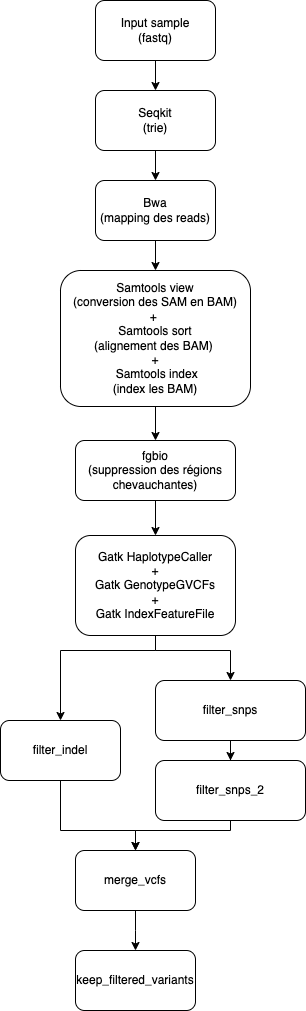
This is img/worflow.png from Plogeur/Workflow, a draw.io export, as it was before one commit. Source tidied: cells renumbered, new cells last; positions are measured from the earlier drawing's top-left corner, leaving out a move shared by most shapes.
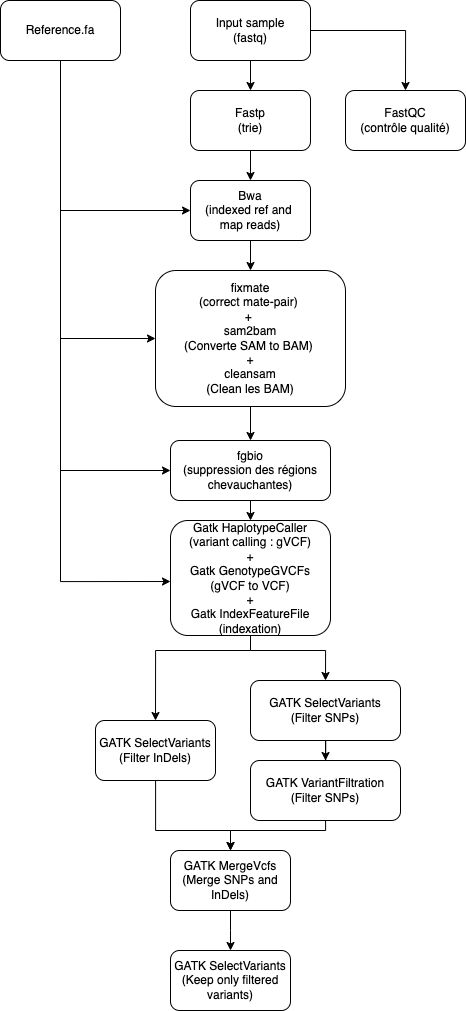
After the commit.

Change to the diagram source:
```diff
@@ -2,96 +2,138 @@
   <root>
     <mxCell id="0" />
     <mxCell id="1" parent="0" />
-    <mxCell id="2" style="edgeStyle=orthogonalEdgeStyle;rounded=0;jettySize=auto;html=1;entryX=0.5;entryY=0;entryDx=0;entryDy=0;" parent="1" edge="1" source="3" target="5">
+    <mxCell id="2" style="edgeStyle=orthogonalEdgeStyle;rounded=0;jettySize=auto;html=1;entryX=0.5;entryY=0;entryDx=0;entryDy=0;" parent="1" edge="1" source="4" target="6">
       <mxGeometry relative="1" as="geometry" />
     </mxCell>
-    <mxCell id="3" value="Input sample&lt;div&gt;(fastq)&lt;/div&gt;" style="rounded=1;whiteSpace=wrap;html=1;" parent="1" vertex="1">
-      <mxGeometry x="95" width="120" height="60" as="geometry" />
+    <mxCell id="3" style="edgeStyle=orthogonalEdgeStyle;rounded=0;jettySize=auto;html=1;entryX=0.5;entryY=0;entryDx=0;entryDy=0;" parent="1" edge="1" source="4" target="25">
+      <mxGeometry relative="1" as="geometry" />
     </mxCell>
-    <mxCell id="4" style="edgeStyle=orthogonalEdgeStyle;rounded=0;jettySize=auto;html=1;entryX=0.5;entryY=0;entryDx=0;entryDy=0;" parent="1" edge="1" source="5" target="7">
-      <mxGeometry relative="1" as="geometry" />
+    <mxCell id="4" value="Input sample&lt;div&gt;(fastq)&lt;/div&gt;" style="rounded=1;whiteSpace=wrap;html=1;" parent="1" vertex="1">
+      <mxGeometry x="95" width="120" height="60" as="geometry" />
     </mxCell>
-    <mxCell id="5" value="Seqkit&lt;div&gt;(trie)&lt;/div&gt;" style="rounded=1;whiteSpace=wrap;html=1;" parent="1" vertex="1">
-      <mxGeometry x="95" y="90" width="120" height="60" as="geometry" />
+    <mxCell id="5" style="edgeStyle=orthogonalEdgeStyle;rounded=0;jettySize=auto;html=1;entryX=0.5;entryY=0;entryDx=0;entryDy=0;" parent="1" edge="1" source="6" target="8">
+      <mxGeometry relative="1" as="geometry" />
     </mxCell>
-    <mxCell id="6" style="edgeStyle=orthogonalEdgeStyle;rounded=0;jettySize=auto;html=1;entryX=0.5;entryY=0;entryDx=0;entryDy=0;" parent="1" edge="1" source="7" target="9">
-      <mxGeometry relative="1" as="geometry" />
+    <mxCell id="6" value="Fastp&lt;div&gt;(trie)&lt;/div&gt;" style="rounded=1;whiteSpace=wrap;html=1;" parent="1" vertex="1">
+      <mxGeometry x="95" y="90" width="120" height="60" as="geometry" />
     </mxCell>
-    <mxCell id="7" value="Bwa&lt;div&gt;(mapping des reads)&lt;/div&gt;" style="rounded=1;whiteSpace=wrap;html=1;" parent="1" vertex="1">
-      <mxGeometry x="95" y="180" width="120" height="60" as="geometry" />
+    <mxCell id="7" style="edgeStyle=orthogonalEdgeStyle;rounded=0;jettySize=auto;html=1;entryX=0.5;entryY=0;entryDx=0;entryDy=0;" parent="1" edge="1" source="8" target="10">
+      <mxGeometry relative="1" as="geometry" />
     </mxCell>
-    <mxCell id="8" style="edgeStyle=orthogonalEdgeStyle;rounded=0;jettySize=auto;html=1;entryX=0.5;entryY=0;entryDx=0;entryDy=0;" parent="1" edge="1" source="9" target="11">
-      <mxGeometry relative="1" as="geometry" />
+    <mxCell id="8" value="Bwa&lt;div&gt;(indexed ref and&amp;nbsp;&lt;/div&gt;&lt;div&gt;map reads)&lt;/div&gt;" style="rounded=1;whiteSpace=wrap;html=1;" parent="1" vertex="1">
+      <mxGeometry x="95" y="180" width="120" height="60" as="geometry" />
     </mxCell>
-    <mxCell id="9" value="Samtools view&lt;div&gt;(conversion des SAM en BAM)&lt;/div&gt;&lt;div&gt;+&amp;nbsp;&lt;/div&gt;&lt;div&gt;&lt;span style=&quot;background-color: initial;&quot;&gt;Samtools sort&lt;/span&gt;&lt;/div&gt;&lt;div&gt;(alignement des BAM)&amp;nbsp;&lt;/div&gt;&lt;div&gt;+&lt;/div&gt;&lt;div&gt;&amp;nbsp;&lt;span style=&quot;background-color: initial;&quot;&gt;Samtools index&lt;/span&gt;&lt;/div&gt;&lt;div&gt;(index les BAM)&lt;/div&gt;" style="rounded=1;whiteSpace=wrap;html=1;" parent="1" vertex="1">
-      <mxGeometry x="60" y="270" width="190" height="136" as="geometry" />
+    <mxCell id="9" style="edgeStyle=orthogonalEdgeStyle;rounded=0;jettySize=auto;html=1;entryX=0.5;entryY=0;entryDx=0;entryDy=0;" parent="1" edge="1" source="10" target="12">
+      <mxGeometry relative="1" as="geometry" />
     </mxCell>
-    <mxCell id="10" style="edgeStyle=orthogonalEdgeStyle;rounded=0;jettySize=auto;html=1;exitX=0.5;exitY=1;exitDx=0;exitDy=0;entryX=0.5;entryY=0;entryDx=0;entryDy=0;" parent="1" edge="1" source="11" target="12">
-      <mxGeometry relative="1" as="geometry" />
+    <mxCell id="10" value="&lt;div&gt;fixmate&lt;/div&gt;&lt;div&gt;&lt;span style=&quot;background-color: initial;&quot;&gt;(correct mate-pair)&amp;nbsp;&lt;/span&gt;&lt;/div&gt;&lt;div&gt;&lt;span style=&quot;background-color: initial;&quot;&gt;+&amp;nbsp;&lt;/span&gt;&lt;br&gt;&lt;/div&gt;&lt;div&gt;&lt;span style=&quot;background-color: initial;&quot;&gt;sam2bam&lt;/span&gt;&lt;/div&gt;&lt;div&gt;&lt;span style=&quot;background-color: initial;&quot;&gt;(Converte SAM to BAM)&amp;nbsp;&lt;/span&gt;&lt;br&gt;&lt;/div&gt;&lt;div&gt;+&lt;/div&gt;&lt;div&gt;&lt;span style=&quot;background-color: initial;&quot;&gt;cleansam&lt;/span&gt;&lt;/div&gt;&lt;div&gt;&lt;span style=&quot;background-color: initial;&quot;&gt;(Clean les BAM)&lt;/span&gt;&lt;br&gt;&lt;/div&gt;" style="rounded=1;whiteSpace=wrap;html=1;" parent="1" vertex="1">
+      <mxGeometry x="60" y="270" width="190" height="136" as="geometry" />
     </mxCell>
-    <mxCell id="11" value="fgbio&lt;div&gt;(suppression des régions chevauchantes)&lt;/div&gt;" style="rounded=1;whiteSpace=wrap;html=1;" parent="1" vertex="1">
-      <mxGeometry x="75" y="440" width="160" height="60" as="geometry" />
+    <mxCell id="11" style="edgeStyle=orthogonalEdgeStyle;rounded=0;jettySize=auto;html=1;exitX=0.5;exitY=1;exitDx=0;exitDy=0;entryX=0.5;entryY=0;entryDx=0;entryDy=0;" parent="1" edge="1" source="12" target="13">
+      <mxGeometry relative="1" as="geometry" />
     </mxCell>
-    <mxCell id="12" value="Gatk&amp;nbsp;HaplotypeCaller&lt;div&gt;+&lt;/div&gt;&lt;div&gt;Gatk&amp;nbsp;GenotypeGVCFs&lt;br&gt;&lt;/div&gt;&lt;div&gt;+&lt;/div&gt;&lt;div&gt;&lt;div&gt;Gatk IndexFeatureFile&lt;/div&gt;&lt;/div&gt;" style="rounded=1;whiteSpace=wrap;html=1;" parent="1" vertex="1">
-      <mxGeometry x="75" y="535" width="160" height="100" as="geometry" />
+    <mxCell id="12" value="fgbio&lt;div&gt;(suppression des régions chevauchantes)&lt;/div&gt;" style="rounded=1;whiteSpace=wrap;html=1;" parent="1" vertex="1">
+      <mxGeometry x="75" y="440" width="160" height="60" as="geometry" />
     </mxCell>
-    <mxCell id="13" style="edgeStyle=orthogonalEdgeStyle;rounded=0;jettySize=auto;html=1;entryX=0.5;entryY=0;entryDx=0;entryDy=0;exitX=0.5;exitY=1;exitDx=0;exitDy=0;" parent="1" edge="1" source="12" target="16">
-      <mxGeometry relative="1" as="geometry">
-        <Array as="points">
-          <mxPoint x="155" y="650" />
-          <mxPoint x="230" y="650" />
-        </Array>
-      </mxGeometry>
+    <mxCell id="13" value="Gatk&amp;nbsp;HaplotypeCaller&lt;div&gt;(variant calling : gVCF)&lt;/div&gt;&lt;div&gt;+&lt;br&gt;&lt;div&gt;Gatk&amp;nbsp;GenotypeGVCFs&lt;br&gt;&lt;/div&gt;&lt;div&gt;(g&lt;span style=&quot;background-color: initial;&quot;&gt;VCF to VCF)&lt;/span&gt;&lt;/div&gt;&lt;div&gt;+&lt;/div&gt;&lt;div&gt;&lt;div&gt;Gatk IndexFeatureFile&lt;/div&gt;&lt;/div&gt;&lt;/div&gt;&lt;div&gt;(indexation)&lt;/div&gt;" style="rounded=1;whiteSpace=wrap;html=1;" parent="1" vertex="1">
+      <mxGeometry x="75" y="520" width="160" height="115" as="geometry" />
     </mxCell>
-    <mxCell id="14" style="edgeStyle=orthogonalEdgeStyle;rounded=0;jettySize=auto;html=1;entryX=0.5;entryY=0;entryDx=0;entryDy=0;" parent="1" edge="1" source="16" target="19">
-      <mxGeometry relative="1" as="geometry" />
+    <mxCell id="14" style="edgeStyle=orthogonalEdgeStyle;rounded=0;jettySize=auto;html=1;entryX=0.5;entryY=0;entryDx=0;entryDy=0;exitX=0.5;exitY=1;exitDx=0;exitDy=0;" parent="1" edge="1" source="13" target="17">
+      <mxGeometry relative="1" as="geometry">
+        <Array as="points">
+          <mxPoint x="155" y="650" />
+          <mxPoint x="230" y="650" />
+        </Array>
+      </mxGeometry>
     </mxCell>
-    <mxCell id="15" style="edgeStyle=orthogonalEdgeStyle;rounded=0;jettySize=auto;html=1;entryX=0.5;entryY=0;entryDx=0;entryDy=0;exitX=0.5;exitY=1;exitDx=0;exitDy=0;" parent="1" edge="1" source="12" target="23">
-      <mxGeometry relative="1" as="geometry">
-        <Array as="points">
-          <mxPoint x="155" y="650" />
-          <mxPoint x="60" y="650" />
-        </Array>
-      </mxGeometry>
+    <mxCell id="15" style="edgeStyle=orthogonalEdgeStyle;rounded=0;jettySize=auto;html=1;entryX=0.5;entryY=0;entryDx=0;entryDy=0;" parent="1" edge="1" source="17" target="20">
+      <mxGeometry relative="1" as="geometry" />
     </mxCell>
-    <mxCell id="16" value="filter_snps" style="rounded=1;whiteSpace=wrap;html=1;" parent="1" vertex="1">
-      <mxGeometry x="155" y="680" width="150" height="60" as="geometry" />
+    <mxCell id="16" style="edgeStyle=orthogonalEdgeStyle;rounded=0;jettySize=auto;html=1;entryX=0.5;entryY=0;entryDx=0;entryDy=0;exitX=0.5;exitY=1;exitDx=0;exitDy=0;" parent="1" edge="1" source="13" target="24">
+      <mxGeometry relative="1" as="geometry">
+        <Array as="points">
+          <mxPoint x="155" y="650" />
+          <mxPoint x="60" y="650" />
+        </Array>
+      </mxGeometry>
     </mxCell>
-    <mxCell id="17" value="merge_vcfs" style="rounded=1;whiteSpace=wrap;html=1;" parent="1" vertex="1">
-      <mxGeometry x="75" y="850" width="120" height="60" as="geometry" />
+    <mxCell id="17" value="&lt;div&gt;GATK SelectVariants&lt;/div&gt;&lt;div&gt;(Filter SNPs)&lt;/div&gt;" style="rounded=1;whiteSpace=wrap;html=1;" parent="1" vertex="1">
+      <mxGeometry x="155" y="680" width="150" height="60" as="geometry" />
     </mxCell>
-    <mxCell id="18" style="edgeStyle=orthogonalEdgeStyle;rounded=0;jettySize=auto;html=1;entryX=0.5;entryY=0;entryDx=0;entryDy=0;" parent="1" edge="1" source="19" target="17">
-      <mxGeometry relative="1" as="geometry">
-        <Array as="points">
-          <mxPoint x="230" y="830" />
-          <mxPoint x="135" y="830" />
-        </Array>
-      </mxGeometry>
+    <mxCell id="18" value="GATK MergeVcfs&lt;div&gt;(Merge SNPs and InDels)&lt;/div&gt;" style="rounded=1;whiteSpace=wrap;html=1;" parent="1" vertex="1">
+      <mxGeometry x="75" y="850" width="120" height="60" as="geometry" />
     </mxCell>
-    <mxCell id="19" value="filter_snps_2" style="rounded=1;whiteSpace=wrap;html=1;" parent="1" vertex="1">
-      <mxGeometry x="155" y="760" width="150" height="60" as="geometry" />
+    <mxCell id="19" style="edgeStyle=orthogonalEdgeStyle;rounded=0;jettySize=auto;html=1;entryX=0.5;entryY=0;entryDx=0;entryDy=0;" parent="1" edge="1" source="20" target="18">
+      <mxGeometry relative="1" as="geometry">
+        <Array as="points">
+          <mxPoint x="230" y="830" />
+          <mxPoint x="135" y="830" />
+        </Array>
+      </mxGeometry>
     </mxCell>
-    <mxCell id="20" style="edgeStyle=orthogonalEdgeStyle;rounded=0;jettySize=auto;html=1;entryX=0.5;entryY=0;entryDx=0;entryDy=0;exitX=0.5;exitY=1;exitDx=0;exitDy=0;" parent="1" edge="1" source="17" target="21">
-      <mxGeometry relative="1" as="geometry">
-        <Array as="points">
-          <mxPoint x="135" y="930" />
-          <mxPoint x="135" y="930" />
-        </Array>
-      </mxGeometry>
+    <mxCell id="20" value="GATK VariantFiltration&lt;div&gt;(Filter SNPs)&lt;/div&gt;" style="rounded=1;whiteSpace=wrap;html=1;" parent="1" vertex="1">
+      <mxGeometry x="155" y="760" width="150" height="60" as="geometry" />
     </mxCell>
-    <mxCell id="21" value="keep_filtered_variants" style="rounded=1;whiteSpace=wrap;html=1;" parent="1" vertex="1">
-      <mxGeometry x="75" y="950" width="120" height="60" as="geometry" />
+    <mxCell id="21" style="edgeStyle=orthogonalEdgeStyle;rounded=0;jettySize=auto;html=1;entryX=0.5;entryY=0;entryDx=0;entryDy=0;exitX=0.5;exitY=1;exitDx=0;exitDy=0;" parent="1" edge="1" source="18" target="22">
+      <mxGeometry relative="1" as="geometry">
+        <Array as="points">
+          <mxPoint x="135" y="930" />
+          <mxPoint x="135" y="930" />
+        </Array>
+      </mxGeometry>
     </mxCell>
-    <mxCell id="22" style="edgeStyle=orthogonalEdgeStyle;rounded=0;jettySize=auto;html=1;entryX=0.5;entryY=0;entryDx=0;entryDy=0;" parent="1" edge="1" source="23" target="17">
-      <mxGeometry relative="1" as="geometry">
-        <Array as="points">
-          <mxPoint x="60" y="830" />
-          <mxPoint x="135" y="830" />
-        </Array>
-      </mxGeometry>
+    <mxCell id="22" value="GATK SelectVariants&lt;div&gt;(&lt;span style=&quot;background-color: initial;&quot;&gt;Keep only filtered variants)&lt;/span&gt;&lt;/div&gt;" style="rounded=1;whiteSpace=wrap;html=1;" parent="1" vertex="1">
+      <mxGeometry x="75" y="950" width="120" height="60" as="geometry" />
     </mxCell>
-    <mxCell id="23" value="filter_indel" style="rounded=1;whiteSpace=wrap;html=1;" parent="1" vertex="1">
-      <mxGeometry y="720" width="120" height="60" as="geometry" />
+    <mxCell id="23" style="edgeStyle=orthogonalEdgeStyle;rounded=0;jettySize=auto;html=1;entryX=0.5;entryY=0;entryDx=0;entryDy=0;" parent="1" edge="1" source="24" target="18">
+      <mxGeometry relative="1" as="geometry">
+        <Array as="points">
+          <mxPoint x="60" y="830" />
+          <mxPoint x="135" y="830" />
+        </Array>
+      </mxGeometry>
     </mxCell>
+    <mxCell id="24" value="GATK SelectVariants&lt;div&gt;(Filter InDels)&lt;/div&gt;" style="rounded=1;whiteSpace=wrap;html=1;" parent="1" vertex="1">
+      <mxGeometry y="720" width="120" height="60" as="geometry" />
+    </mxCell>
+    <mxCell id="25" value="FastQC&lt;div&gt;(contrôle qualité)&lt;/div&gt;" style="rounded=1;whiteSpace=wrap;html=1;" parent="1" vertex="1">
+      <mxGeometry x="250" y="90" width="120" height="60" as="geometry" />
+    </mxCell>
+    <mxCell id="26" style="edgeStyle=orthogonalEdgeStyle;rounded=0;jettySize=auto;html=1;entryX=0;entryY=0.5;entryDx=0;entryDy=0;" parent="1" edge="1" source="28" target="8">
+      <mxGeometry relative="1" as="geometry">
+        <Array as="points">
+          <mxPoint x="-35" y="210" />
+        </Array>
+      </mxGeometry>
+    </mxCell>
+    <mxCell id="27" style="edgeStyle=orthogonalEdgeStyle;rounded=0;jettySize=auto;html=1;entryX=0;entryY=0.5;entryDx=0;entryDy=0;" parent="1" edge="1" source="28" target="10">
+      <mxGeometry relative="1" as="geometry">
+        <Array as="points">
+          <mxPoint x="-35" y="338" />
+        </Array>
+      </mxGeometry>
+    </mxCell>
+    <mxCell id="28" value="Reference.fa" style="rounded=1;whiteSpace=wrap;html=1;" parent="1" vertex="1">
+      <mxGeometry x="-95" width="120" height="60" as="geometry" />
+    </mxCell>
+    <mxCell id="29" style="edgeStyle=orthogonalEdgeStyle;rounded=0;jettySize=auto;html=1;entryX=0;entryY=0.5;entryDx=0;entryDy=0;" parent="1" edge="1" target="12">
+      <mxGeometry relative="1" as="geometry">
+        <mxPoint x="-35" y="200" as="sourcePoint" />
+        <Array as="points">
+          <mxPoint x="-35" y="199" />
+          <mxPoint x="-35" y="470" />
+        </Array>
+      </mxGeometry>
+    </mxCell>
+    <mxCell id="30" style="edgeStyle=orthogonalEdgeStyle;rounded=0;orthogonalLoop=1;jettySize=auto;html=1;entryX=0;entryY=0.5;entryDx=0;entryDy=0;" parent="1" edge="1">
+      <mxGeometry relative="1" as="geometry">
+        <mxPoint x="-35" y="311" as="sourcePoint" />
+        <mxPoint x="75" y="581" as="targetPoint" />
+        <Array as="points">
+          <mxPoint x="-35" y="310" />
+          <mxPoint x="-35" y="581" />
+        </Array>
+      </mxGeometry>
+    </mxCell>
   </root>
 </mxGraphModel>
```
